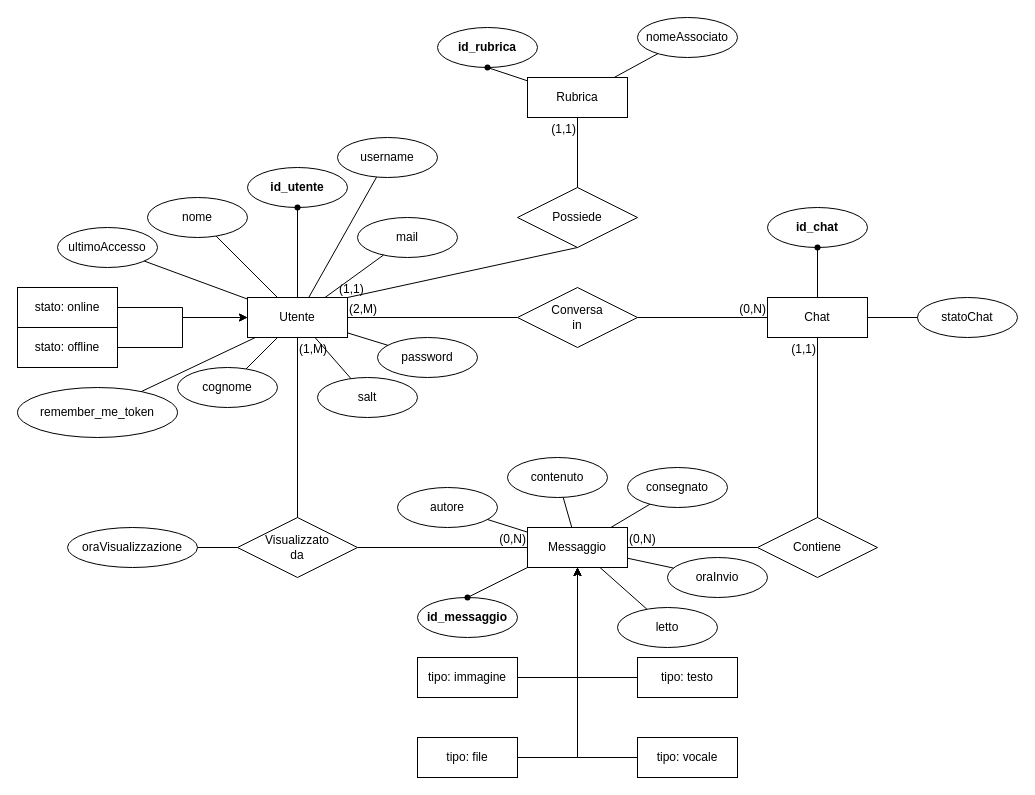
Earlier version of the draw.io diagram Progettazione/ER app messaggistica.drawio (FanteyOfficial/ProgettoQuintaInformatica). Source tidied: cells renumbered, new cells numbered last; positions are measured from the earlier drawing's top-left corner, leaving out a move shared by most shapes. Both pictures are drawn from the tidied source at 100%, with x=0, y=0 at pixel (17, 17).
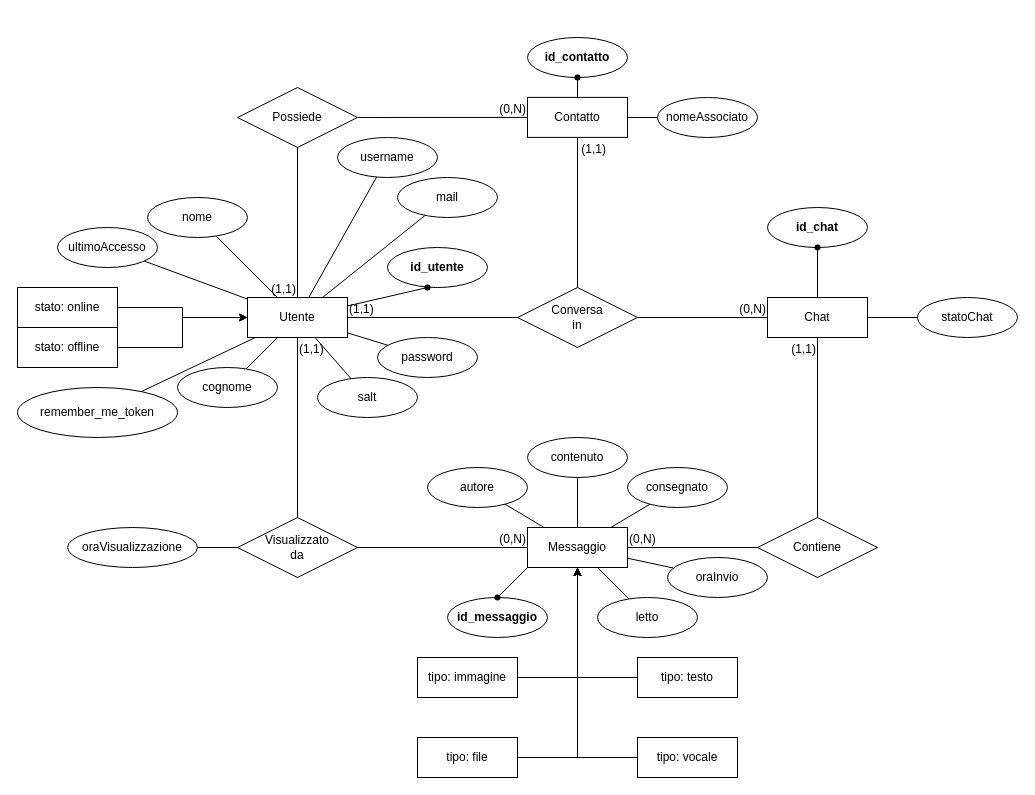
The same diagram, later.

The change refers to these unchanged cells:
```xml
<mxCell id="2" value="Utente" style="whiteSpace=wrap;html=1;align=center;" parent="1" vertex="1">
  <mxGeometry x="230" y="280" width="100" height="40" as="geometry" />
</mxCell>
<mxCell id="6" value="Conversa&lt;br&gt;in" style="shape=rhombus;perimeter=rhombusPerimeter;whiteSpace=wrap;html=1;align=center;" parent="1" vertex="1">
  <mxGeometry x="500" y="270" width="120" height="60" as="geometry" />
</mxCell>
<mxCell id="8" style="endArrow=none;html=1;rounded=0;exitX=1;exitY=0.5;exitDx=0;exitDy=0;entryX=0;entryY=0.5;entryDx=0;entryDy=0;" parent="1" edge="1" source="2" target="6">
  <mxGeometry relative="1" as="geometry" />
</mxCell>
<mxCell id="10" style="endArrow=none;html=1;rounded=0;exitX=0.5;exitY=1;exitDx=0;exitDy=0;entryX=0.5;entryY=0;entryDx=0;entryDy=0;" parent="1" edge="1" source="2" target="5">
  <mxGeometry relative="1" as="geometry" />
</mxCell>
```

The edit, as a diff of the source:
```diff
@@
-    <mxCell id="9" value="(2,M)" style="html=1;whiteSpace=wrap;align=left;verticalAlign=bottom;" parent="8" vertex="1">
+    <mxCell id="9" value="(1,1)" style="html=1;whiteSpace=wrap;align=left;verticalAlign=bottom;" parent="8" vertex="1">
       <mxGeometry x="-1" relative="1" as="geometry" />
     </mxCell>
@@
-    <mxCell id="11" value="(1,M)" style="html=1;whiteSpace=wrap;align=left;verticalAlign=bottom;" parent="10" vertex="1">
+    <mxCell id="11" value="(1,1)" style="html=1;whiteSpace=wrap;align=left;verticalAlign=bottom;" parent="10" vertex="1">
       <mxGeometry x="-1" relative="1" as="geometry">
         <mxPoint y="20" as="offset" />
       </mxGeometry>
     </mxCell>
@@
     <mxCell id="25" value="mail" style="ellipse;whiteSpace=wrap;html=1;align=center;" parent="1" vertex="1">
-      <mxGeometry x="340" y="200" width="100" height="40" as="geometry" />
+      <mxGeometry x="380" y="160" width="100" height="40" as="geometry" />
     </mxCell>
     <mxCell id="26" value="&lt;b&gt;id_utente&lt;/b&gt;" style="ellipse;whiteSpace=wrap;html=1;align=center;" parent="1" vertex="1">
-      <mxGeometry x="230" y="150" width="100" height="40" as="geometry" />
+      <mxGeometry x="370" y="230" width="100" height="40" as="geometry" />
     </mxCell>
@@
-    <mxCell id="34" style="endArrow=none;html=1;rounded=0;" parent="1" edge="1" source="2" target="26">
+    <mxCell id="34" style="endArrow=none;html=1;rounded=0;" parent="1" edge="1" source="37" target="26">
       <mxGeometry relative="1" as="geometry" />
     </mxCell>
@@
-    <mxCell id="37" style="shape=waypoint;sketch=0;fillStyle=solid;size=6;points=[];fillColor=none;perimeter=centerPerimeter;snapToPoint=1;" parent="1" vertex="1">
-      <mxGeometry x="270" y="180" width="20" height="20" as="geometry" />
-    </mxCell>
@@
     <mxCell id="42" value="&lt;b&gt;id_messaggio&lt;/b&gt;" style="ellipse;whiteSpace=wrap;html=1;align=center;" parent="1" vertex="1">
-      <mxGeometry x="400" y="580" width="100" height="40" as="geometry" />
+      <mxGeometry x="430" y="580" width="100" height="40" as="geometry" />
     </mxCell>
     <mxCell id="43" value="contenuto" style="ellipse;whiteSpace=wrap;html=1;align=center;" parent="1" vertex="1">
-      <mxGeometry x="490" y="440" width="100" height="40" as="geometry" />
+      <mxGeometry x="510" y="420" width="100" height="40" as="geometry" />
     </mxCell>
@@
     <mxCell id="45" value="letto" style="ellipse;whiteSpace=wrap;html=1;align=center;" parent="1" vertex="1">
-      <mxGeometry x="600" y="590" width="100" height="40" as="geometry" />
+      <mxGeometry x="580" y="580" width="100" height="40" as="geometry" />
     </mxCell>
@@
     <mxCell id="47" value="autore" style="ellipse;whiteSpace=wrap;html=1;align=center;" parent="1" vertex="1">
-      <mxGeometry x="380" y="470" width="100" height="40" as="geometry" />
+      <mxGeometry x="410" y="450" width="100" height="40" as="geometry" />
     </mxCell>
@@
     <mxCell id="51" style="shape=waypoint;sketch=0;fillStyle=solid;size=6;points=[];fillColor=none;perimeter=centerPerimeter;snapToPoint=1;" parent="1" vertex="1">
-      <mxGeometry x="440" y="570" width="20" height="20" as="geometry" />
+      <mxGeometry x="470" y="570" width="20" height="20" as="geometry" />
     </mxCell>
@@
-    <mxCell id="56" value="Rubrica" style="whiteSpace=wrap;html=1;align=center;" parent="1" vertex="1">
-      <mxGeometry x="510" y="60" width="100" height="40" as="geometry" />
-    </mxCell>
-    <mxCell id="57" value="Possiede" style="shape=rhombus;perimeter=rhombusPerimeter;whiteSpace=wrap;html=1;align=center;" parent="1" vertex="1">
-      <mxGeometry x="500" y="170" width="120" height="60" as="geometry" />
-    </mxCell>
-    <mxCell id="58" style="endArrow=none;html=1;rounded=0;exitX=1;exitY=0;exitDx=0;exitDy=0;entryX=0.5;entryY=1;entryDx=0;entryDy=0;" parent="1" edge="1" source="2" target="57">
-      <mxGeometry relative="1" as="geometry" />
-    </mxCell>
-    <mxCell id="59" value="(1,1)" style="html=1;whiteSpace=wrap;align=left;verticalAlign=bottom;" parent="58" vertex="1">
-      <mxGeometry x="-1" relative="1" as="geometry">
-        <mxPoint x="-10" as="offset" />
-      </mxGeometry>
-    </mxCell>
-    <mxCell id="60" style="endArrow=none;html=1;rounded=0;exitX=0.5;exitY=0;exitDx=0;exitDy=0;entryX=0.5;entryY=1;entryDx=0;entryDy=0;" parent="1" edge="1" source="57" target="56">
-      <mxGeometry relative="1" as="geometry" />
-    </mxCell>
-    <mxCell id="61" value="(1,1)" style="html=1;whiteSpace=wrap;align=right;verticalAlign=bottom;" parent="60" vertex="1">
-      <mxGeometry x="1" relative="1" as="geometry">
-        <mxPoint y="20" as="offset" />
-      </mxGeometry>
-    </mxCell>
-    <mxCell id="62" value="&lt;b&gt;id_rubrica&lt;/b&gt;" style="ellipse;whiteSpace=wrap;html=1;align=center;" parent="1" vertex="1">
-      <mxGeometry x="420" y="10" width="100" height="40" as="geometry" />
-    </mxCell>
-    <mxCell id="63" value="nomeAssociato" style="ellipse;whiteSpace=wrap;html=1;align=center;" parent="1" vertex="1">
-      <mxGeometry x="620" width="100" height="40" as="geometry" />
-    </mxCell>
-    <mxCell id="64" style="endArrow=none;html=1;rounded=0;exitDx=0;exitDy=0;" parent="1" edge="1" source="67" target="56">
-      <mxGeometry relative="1" as="geometry" />
-    </mxCell>
-    <mxCell id="65" style="endArrow=none;html=1;rounded=0;" parent="1" edge="1" source="56" target="63">
-      <mxGeometry relative="1" as="geometry" />
-    </mxCell>
-    <mxCell id="66" style="endArrow=none;html=1;rounded=0;exitX=0.5;exitY=1;exitDx=0;exitDy=0;" parent="1" edge="1" source="62" target="67">
-      <mxGeometry relative="1" as="geometry" />
-    </mxCell>
-    <mxCell id="67" style="shape=waypoint;sketch=0;fillStyle=solid;size=6;points=[];fillColor=none;perimeter=centerPerimeter;snapToPoint=1;" parent="1" vertex="1">
-      <mxGeometry x="460" y="40" width="20" height="20" as="geometry" />
-    </mxCell>
@@
+    <mxCell id="86" value="Contatto" style="whiteSpace=wrap;html=1;align=center;" parent="1" vertex="1">
+      <mxGeometry x="510" y="79.9" width="100" height="40" as="geometry" />
+    </mxCell>
+    <mxCell id="57" value="Possiede" style="shape=rhombus;perimeter=rhombusPerimeter;whiteSpace=wrap;html=1;align=center;" parent="1" vertex="1">
+      <mxGeometry x="220" y="70" width="120" height="60" as="geometry" />
+    </mxCell>
+    <mxCell id="87" style="endArrow=none;html=1;rounded=0;" parent="1" edge="1" source="57" target="2">
+      <mxGeometry relative="1" as="geometry" />
+    </mxCell>
+    <mxCell id="88" value="(1,1)" style="html=1;whiteSpace=wrap;align=right;verticalAlign=bottom;" parent="87" vertex="1">
+      <mxGeometry x="1" relative="1" as="geometry" />
+    </mxCell>
+    <mxCell id="89" style="endArrow=none;html=1;rounded=0;" parent="1" edge="1" source="57" target="86">
+      <mxGeometry relative="1" as="geometry" />
+    </mxCell>
+    <mxCell id="90" value="(0,N)" style="html=1;whiteSpace=wrap;align=right;verticalAlign=bottom;" parent="89" vertex="1">
+      <mxGeometry x="1" relative="1" as="geometry" />
+    </mxCell>
+    <mxCell id="91" value="&lt;b&gt;id_contatto&lt;/b&gt;" style="ellipse;whiteSpace=wrap;html=1;align=center;" parent="1" vertex="1">
+      <mxGeometry x="510" y="20" width="100" height="40" as="geometry" />
+    </mxCell>
+    <mxCell id="92" style="endArrow=none;html=1;rounded=0;" parent="1" edge="1" source="94" target="86">
+      <mxGeometry relative="1" as="geometry" />
+    </mxCell>
+    <mxCell id="93" style="endArrow=none;html=1;rounded=0;" parent="1" edge="1" source="91" target="94">
+      <mxGeometry relative="1" as="geometry" />
+    </mxCell>
+    <mxCell id="94" style="shape=waypoint;sketch=0;fillStyle=solid;size=6;points=[];fillColor=none;perimeter=centerPerimeter;snapToPoint=1;" parent="1" vertex="1">
+      <mxGeometry x="550" y="50" width="20" height="20" as="geometry" />
+    </mxCell>
+    <mxCell id="63" value="nomeAssociato" style="ellipse;whiteSpace=wrap;html=1;align=center;" parent="1" vertex="1">
+      <mxGeometry x="640" y="80" width="100" height="40" as="geometry" />
+    </mxCell>
+    <mxCell id="95" style="endArrow=none;html=1;rounded=0;" parent="1" edge="1" source="86" target="63">
+      <mxGeometry relative="1" as="geometry" />
+    </mxCell>
+    <mxCell id="96" style="endArrow=none;html=1;rounded=0;" parent="1" edge="1" source="2" target="37">
+      <mxGeometry relative="1" as="geometry" />
+    </mxCell>
+    <mxCell id="37" style="shape=waypoint;sketch=0;fillStyle=solid;size=6;points=[];fillColor=none;perimeter=centerPerimeter;snapToPoint=1;" parent="1" vertex="1">
+      <mxGeometry x="400" y="260" width="20" height="20" as="geometry" />
+    </mxCell>
+    <mxCell id="97" style="endArrow=none;html=1;rounded=0;" parent="1" edge="1" source="6" target="86">
+      <mxGeometry relative="1" as="geometry" />
+    </mxCell>
+    <mxCell id="98" value="(1,1)" style="html=1;whiteSpace=wrap;align=right;verticalAlign=bottom;" parent="97" vertex="1">
+      <mxGeometry x="1" relative="1" as="geometry">
+        <mxPoint x="30" y="20" as="offset" />
+      </mxGeometry>
+    </mxCell>
```
